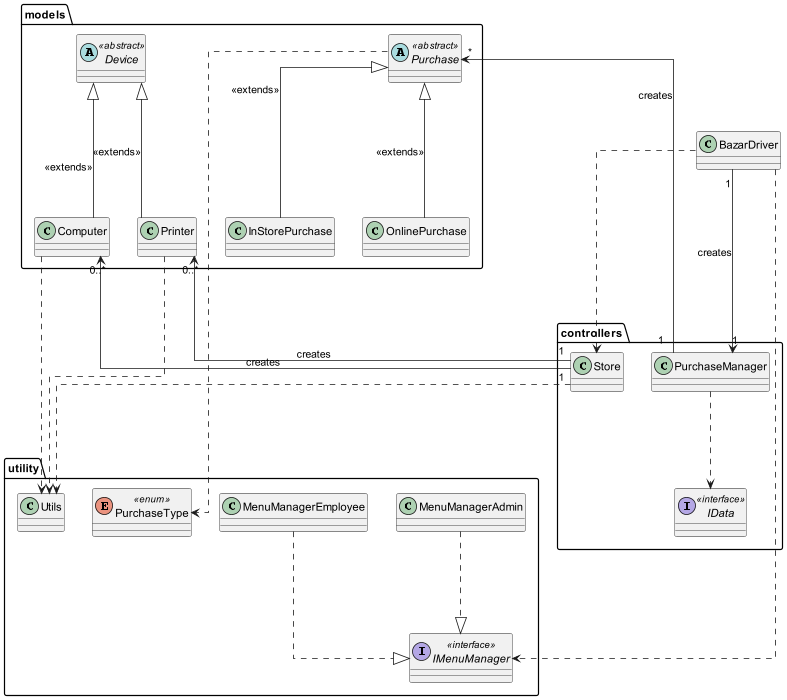
Earlier version of the PlantUML export uml/UML Diagram.png (jenul-ferdinand/digital-bazaar).
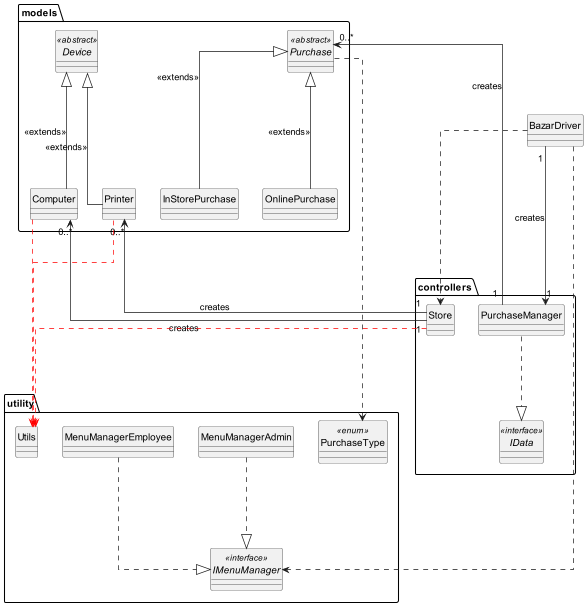
Later version of the same file.

Commit message:
Added UML Diagram PNG

The edit, as a diff of the source:
```diff
@@ -1,6 +1,7 @@
 @startuml
 
 skinparam linetype ortho
+hide circle
 
 class BazarDriver
 
@@ -37,29 +38,35 @@
 }
 
 
-Printer --u-|> Device : <<extends>>
-Computer --u-|> Device : <<extends>>
 
 Printer "0..*" <--- "1" Store : creates
 Computer "0..*" <--- "1" Store : creates
 
-Printer ...> Utils
-Computer ...>  Utils
+BazarDriver "1" ---> "1" PurchaseManager : creates
+
+PurchaseManager "1" --> "0..*" Purchase : creates
+
+
+Printer ..[#red].> Utils
+Computer ..[#red].>  Utils
+Store ..[#red].> Utils
 
 BazarDriver ....> Store
-BazarDriver ..r..> IMenuManager
+BazarDriver ....> IMenuManager
+
+Purchase .r.> PurchaseType
+
 
 MenuManagerAdmin ...|> IMenuManager
 MenuManagerEmployee ...|> IMenuManager
 
-Store ...> Utils
+PurchaseManager ...|> IData
 
-BazarDriver "1" ---> "1" PurchaseManager : creates
 
-PurchaseManager "1" --> "*" Purchase : creates
-PurchaseManager ...> IData
 
-Purchase ...> PurchaseType
+Printer --u-|> Device : <<extends>>
+Computer --u-|> Device : <<extends>>
+
 OnlinePurchase --u-|> Purchase : <<extends>>
 InStorePurchase --u-|> Purchase : <<extends>>
 
```
